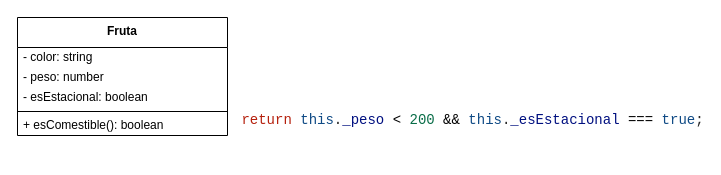
gastonjavierricchiardi/ejercicios-csharp-utn-2026 keeps this draw.io diagram as page "ElMio" (1 of 2) of src/Guia01/EJ06/01EJ06.dio. Above is the earlier version. Source tidied: cells renumbered, new cells numbered last; positions are measured from the earlier drawing's top-left corner, leaving out a move shared by most shapes. Both pictures are drawn from the tidied source at 100%, with x=0, y=0 at pixel (17, 17).
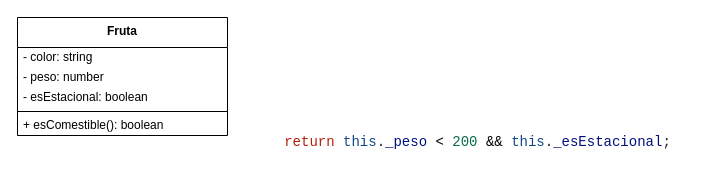
The same page after the edit.

What changed in the source:
```diff
@@
 <mxGraphModel background="#FFFFFF">
   <root>
     <mxCell id="0" />
     <mxCell id="1" parent="0" />
     <mxCell id="2" value="&lt;b&gt;Fruta&lt;/b&gt;" style="swimlane;fontStyle=0;align=center;verticalAlign=top;horizontal=1;startSize=30;html=1;whiteSpace=wrap;" parent="1" vertex="1">
       <mxGeometry width="210" height="118" as="geometry" />
     </mxCell>
     <mxCell id="3" value="- color: string" style="text;html=1;strokeColor=none;fillColor=none;align=left;verticalAlign=middle;spacingLeft=4;spacingRight=4;overflow=hidden;whiteSpace=wrap;" parent="2" vertex="1">
       <mxGeometry y="30" width="210" height="20" as="geometry" />
     </mxCell>
     <mxCell id="4" value="- peso: number" style="text;html=1;strokeColor=none;fillColor=none;align=left;verticalAlign=middle;spacingLeft=4;spacingRight=4;overflow=hidden;whiteSpace=wrap;" parent="2" vertex="1">
       <mxGeometry y="50" width="210" height="20" as="geometry" />
     </mxCell>
     <mxCell id="5" value="- esEstacional: boolean" style="text;html=1;strokeColor=none;fillColor=none;align=left;verticalAlign=middle;spacingLeft=4;spacingRight=4;overflow=hidden;whiteSpace=wrap;" parent="2" vertex="1">
       <mxGeometry y="70" width="210" height="20" as="geometry" />
     </mxCell>
     <mxCell id="6" style="line;strokeWidth=1;fillColor=none;align=left;verticalAlign=middle;spacingTop=-1;spacingLeft=3;spacingRight=3;labelPosition=right;" parent="2" vertex="1">
       <mxGeometry y="90" width="210" height="8" as="geometry" />
     </mxCell>
     <mxCell id="7" value="+ esComestible(): boolean" style="text;html=1;strokeColor=none;fillColor=none;align=left;verticalAlign=middle;spacingLeft=4;spacingRight=4;overflow=hidden;whiteSpace=wrap;" parent="2" vertex="1">
       <mxGeometry y="98" width="210" height="20" as="geometry" />
     </mxCell>
-    <mxCell id="8" value="&lt;div style=&quot;color: rgb(41, 41, 41); background-color: rgb(255, 255, 255); font-family: Consolas, &amp;quot;Courier New&amp;quot;, monospace; font-size: 14px; line-height: 19px; white-space-collapse: preserve;&quot;&gt;&lt;span style=&quot;color: #b5200d;&quot;&gt;return&lt;/span&gt;&lt;span style=&quot;color: #292929;&quot;&gt; &lt;/span&gt;&lt;span style=&quot;color: #0f4a85;&quot;&gt;this&lt;/span&gt;&lt;span style=&quot;color: #292929;&quot;&gt;.&lt;/span&gt;&lt;span style=&quot;color: #001080;&quot;&gt;_peso&lt;/span&gt;&lt;span style=&quot;color: #292929;&quot;&gt; &lt;/span&gt;&lt;span style=&quot;color: #000000;&quot;&gt;&amp;lt;&lt;/span&gt;&lt;span style=&quot;color: #292929;&quot;&gt; &lt;/span&gt;&lt;span style=&quot;color: #096d48;&quot;&gt;200&lt;/span&gt;&lt;span style=&quot;color: #292929;&quot;&gt; &lt;/span&gt;&lt;span style=&quot;color: #000000;&quot;&gt;&amp;amp;&amp;amp;&lt;/span&gt;&lt;span style=&quot;color: #292929;&quot;&gt; &lt;/span&gt;&lt;span style=&quot;color: #0f4a85;&quot;&gt;this&lt;/span&gt;&lt;span style=&quot;color: #292929;&quot;&gt;.&lt;/span&gt;&lt;span style=&quot;color: #001080;&quot;&gt;_esEstacional&lt;/span&gt;&lt;span style=&quot;color: #292929;&quot;&gt; &lt;/span&gt;&lt;span style=&quot;color: #000000;&quot;&gt;===&lt;/span&gt;&lt;span style=&quot;color: #292929;&quot;&gt; &lt;/span&gt;&lt;span style=&quot;color: #0f4a85;&quot;&gt;true&lt;/span&gt;&lt;span style=&quot;color: #292929;&quot;&gt;;&lt;/span&gt;&lt;/div&gt;" style="text;html=1;align=center;verticalAlign=middle;strokeColor=none;fillColor=none;" parent="1" vertex="1">
-      <mxGeometry x="230" y="88" width="450" height="30" as="geometry" />
-    </mxCell>
+    <mxCell id="9" value="&lt;div style=&quot;color: rgb(41, 41, 41); background-color: rgb(255, 255, 255); font-family: Consolas, &amp;quot;Courier New&amp;quot;, monospace; font-size: 14px; line-height: 19px; white-space: pre;&quot;&gt;&lt;span style=&quot;color: #b5200d;&quot;&gt;return&lt;/span&gt;&lt;span style=&quot;color: #292929;&quot;&gt; &lt;/span&gt;&lt;span style=&quot;color: #0f4a85;&quot;&gt;this&lt;/span&gt;&lt;span style=&quot;color: #292929;&quot;&gt;.&lt;/span&gt;&lt;span style=&quot;color: #001080;&quot;&gt;_peso&lt;/span&gt;&lt;span style=&quot;color: #292929;&quot;&gt; &lt;/span&gt;&lt;span style=&quot;color: #000000;&quot;&gt;&amp;lt;&lt;/span&gt;&lt;span style=&quot;color: #292929;&quot;&gt; &lt;/span&gt;&lt;span style=&quot;color: #096d48;&quot;&gt;200&lt;/span&gt;&lt;span style=&quot;color: #292929;&quot;&gt; &lt;/span&gt;&lt;span style=&quot;color: #000000;&quot;&gt;&amp;amp;&amp;amp;&lt;/span&gt;&lt;span style=&quot;color: #292929;&quot;&gt; &lt;/span&gt;&lt;span style=&quot;color: #0f4a85;&quot;&gt;this&lt;/span&gt;&lt;span style=&quot;color: #292929;&quot;&gt;.&lt;/span&gt;&lt;span style=&quot;color: #001080;&quot;&gt;_esEstacional&lt;/span&gt;&lt;span style=&quot;color: #292929;&quot;&gt;;&lt;/span&gt;&lt;/div&gt;" style="text;html=1;align=center;verticalAlign=middle;strokeColor=none;fillColor=none;" parent="1" vertex="1">
+      <mxGeometry x="270" y="110" width="380" height="30" as="geometry" />
+    </mxCell>
   </root>
 </mxGraphModel>
```
